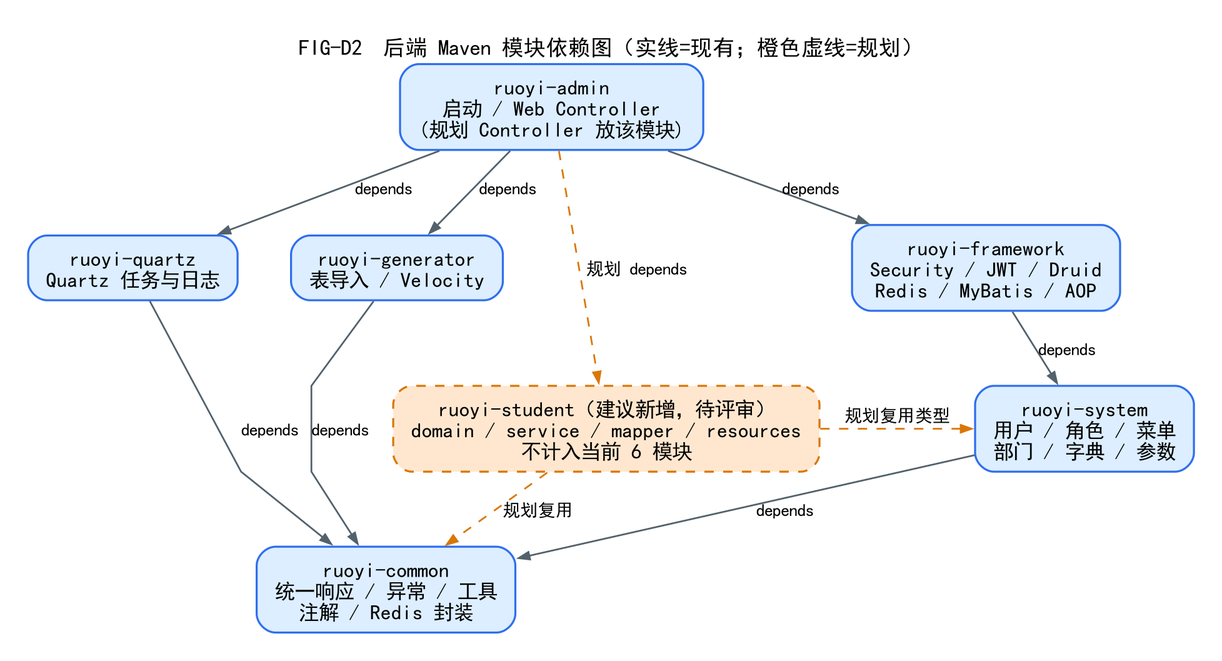
Creepppper/Student_System keeps this Graphviz diagram as docs/design/experiment02/diagrams/png/FIG-D2-后端Maven模块依赖图.png. Above is the earlier version. Its source is kept beside it as docs/design/experiment02/diagrams/source/FIG-D2-后端Maven模块依赖图.dot.
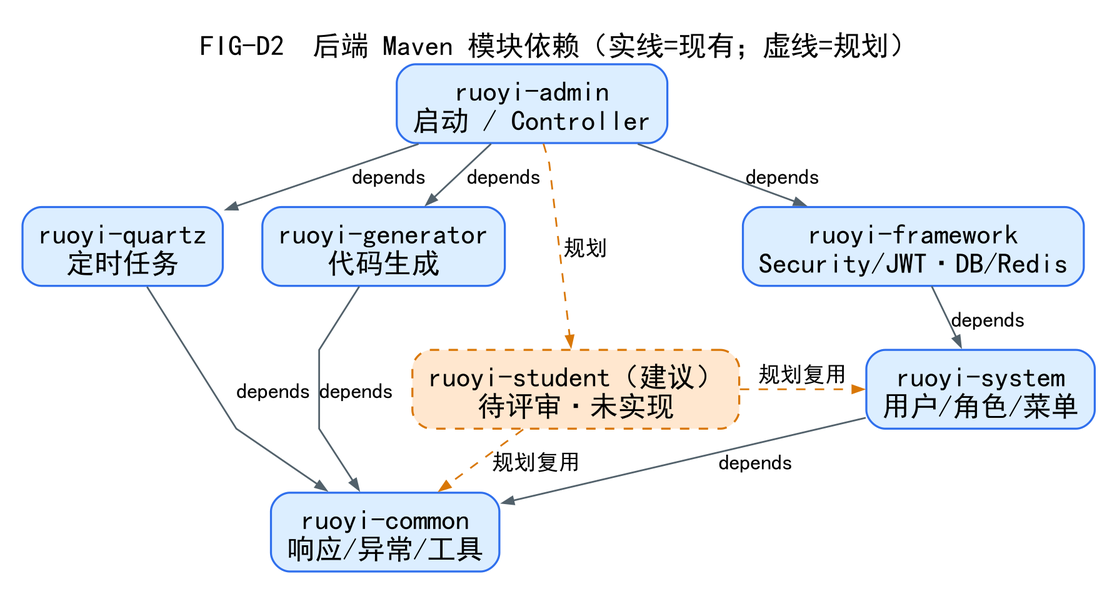
After the change.

Diff of the diagram source:
```diff
@@ -1,18 +1,16 @@
 digraph D2 {
-  graph [rankdir=TB, newrank=true, splines=polyline, nodesep=0.45, ranksep=0.5, pad=0.25,
-         bgcolor="#FFFFFF", fontname="SimHei", fontsize=14, labelloc="t",
-         label="FIG-D2  后端 Maven 模块依赖图（实线=现有；橙色虚线=规划）"];
-  node [shape=box, style="rounded,filled", fontname="SimHei", fontsize=13, margin="0.16,0.10", penwidth=1.3];
-  edge [fontname="SimHei", fontsize=11, arrowsize=0.7, penwidth=1.1, color="#52616B"];
-
-  admin [label="ruoyi-admin\n启动 / Web Controller\n(规划 Controller 放该模块)", fillcolor="#DCEEFF", color="#2F6FED"];
-  framework [label="ruoyi-framework\nSecurity / JWT / Druid\nRedis / MyBatis / AOP", fillcolor="#DCEEFF", color="#2F6FED"];
-  system [label="ruoyi-system\n用户 / 角色 / 菜单\n部门 / 字典 / 参数", fillcolor="#DCEEFF", color="#2F6FED"];
-  common [label="ruoyi-common\n统一响应 / 异常 / 工具\n注解 / Redis 封装", fillcolor="#DCEEFF", color="#2F6FED"];
-  quartz [label="ruoyi-quartz\nQuartz 任务与日志", fillcolor="#DCEEFF", color="#2F6FED"];
-  generator [label="ruoyi-generator\n表导入 / Velocity", fillcolor="#DCEEFF", color="#2F6FED"];
-  student [label="ruoyi-student（建议新增，待评审）\ndomain / service / mapper / resources\n不计入当前 6 模块", fillcolor="#FFE7CF", color="#D97706", style="rounded,filled,dashed"];
-
+  graph [rankdir=TB, newrank=true, splines=polyline, nodesep=0.35, ranksep=0.35, pad=0.2,
+         bgcolor="#FFFFFF", fontname="SimHei", fontsize=18, labelloc="t",
+         label="FIG-D2  后端 Maven 模块依赖（实线=现有；虚线=规划）"];
+  node [shape=box, style="rounded,filled", fontname="SimHei", fontsize=18, margin="0.14,0.09", penwidth=1.3];
+  edge [fontname="SimHei", fontsize=14, arrowsize=0.7, penwidth=1.1, color="#52616B"];
+  admin [label="ruoyi-admin\n启动 / Controller", fillcolor="#DCEEFF", color="#2F6FED"];
+  framework [label="ruoyi-framework\nSecurity/JWT·DB/Redis", fillcolor="#DCEEFF", color="#2F6FED"];
+  system [label="ruoyi-system\n用户/角色/菜单", fillcolor="#DCEEFF", color="#2F6FED"];
+  common [label="ruoyi-common\n响应/异常/工具", fillcolor="#DCEEFF", color="#2F6FED"];
+  quartz [label="ruoyi-quartz\n定时任务", fillcolor="#DCEEFF", color="#2F6FED"];
+  generator [label="ruoyi-generator\n代码生成", fillcolor="#DCEEFF", color="#2F6FED"];
+  student [label="ruoyi-student（建议）\n待评审·未实现", fillcolor="#FFE7CF", color="#D97706", style="rounded,filled,dashed"];
   admin -> framework [label="depends"];
   admin -> quartz [label="depends"];
   admin -> generator [label="depends"];
@@ -20,12 +18,9 @@
   system -> common [label="depends"];
   quartz -> common [label="depends"];
   generator -> common [label="depends"];
-
-  admin -> student [label="规划 depends", style=dashed, color="#D97706"];
+  admin -> student [label="规划", style=dashed, color="#D97706"];
+  student -> system [label="规划复用", style=dashed, color="#D97706"];
   student -> common [label="规划复用", style=dashed, color="#D97706"];
-  student -> system [label="规划复用类型", style=dashed, color="#D97706"];
-
   { rank=same; framework; quartz; generator; }
   { rank=same; system; student; }
-  { rank=same; common; }
 }
```
